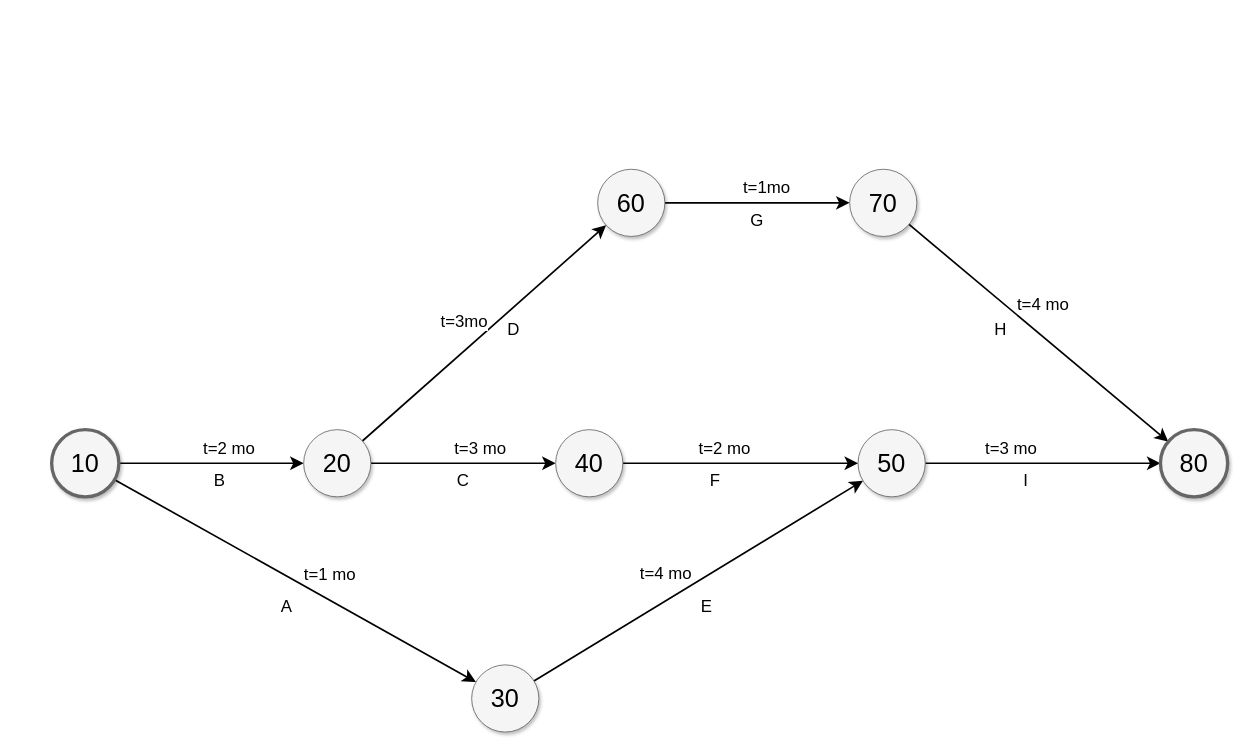
moloti/Accident-Prediction keeps this draw.io diagram as Untitled Diagram.drawio. Above is the earlier version. Source tidied: cells renumbered, new cells numbered last; positions are measured from the earlier drawing's top-left corner, leaving out a move shared by most shapes. Both pictures are drawn from the tidied source at 84%, with x=0, y=0 at pixel (51, 169).
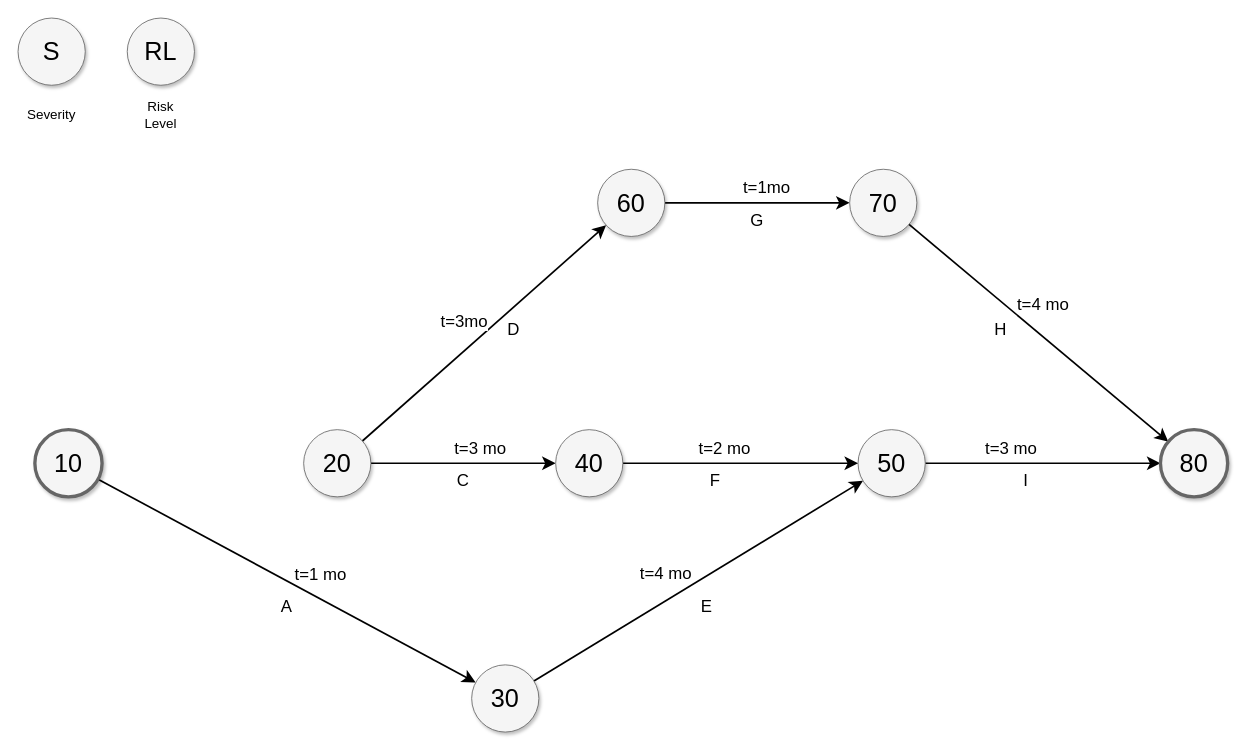
Above is the later version.

Unchanged cells that the change refers to:
```xml
<mxCell id="11" value="20" style="ellipse;whiteSpace=wrap;html=1;rounded=0;shadow=1;strokeColor=#666666;strokeWidth=1;fontSize=30;align=center;fillColor=#f5f5f5;" parent="1" vertex="1">
  <mxGeometry x="300" y="310" width="80" height="80" as="geometry" />
</mxCell>
```

Diff of the diagram source:
```diff
@@
-    <mxCell id="2" style="edgeStyle=none;curved=1;html=1;startSize=10;endArrow=classic;endFill=1;endSize=10;strokeColor=#000000;strokeWidth=2;fontSize=12;" parent="1" edge="1" source="6" target="11">
-      <mxGeometry relative="1" as="geometry" />
-    </mxCell>
-    <mxCell id="3" value="t=2 mo" style="text;html=1;align=center;verticalAlign=middle;labelBackgroundColor=none;fontSize=20;" parent="2" vertex="1">
-      <mxGeometry x="0.25" y="-5" relative="1" as="geometry">
-        <mxPoint x="-8" y="-25" as="offset" />
-      </mxGeometry>
-    </mxCell>
@@
     <mxCell id="6" value="10" style="ellipse;whiteSpace=wrap;html=1;rounded=0;shadow=1;strokeColor=#666666;strokeWidth=4;fontSize=30;align=center;fillColor=#f5f5f5;" parent="1" vertex="1">
-      <mxGeometry y="310" width="80" height="80" as="geometry" />
+      <mxGeometry x="-20" y="310" width="80" height="80" as="geometry" />
     </mxCell>
@@
-    <mxCell id="29" value="B" style="text;html=1;strokeColor=none;fillColor=none;align=center;verticalAlign=middle;whiteSpace=wrap;rounded=0;shadow=1;labelBackgroundColor=none;fontSize=20;" parent="1" vertex="1">
-      <mxGeometry x="180" y="360" width="40" height="20" as="geometry" />
-    </mxCell>
@@
+    <mxCell id="37" value="S" style="ellipse;whiteSpace=wrap;html=1;rounded=0;shadow=1;strokeColor=#666666;strokeWidth=1;fontSize=30;align=center;fillColor=#f5f5f5;labelPadding=0;" parent="1" vertex="1">
+      <mxGeometry x="-40" y="-180" width="80" height="80" as="geometry" />
+    </mxCell>
+    <mxCell id="38" value="&lt;font style=&quot;font-size: 16px&quot;&gt;Severity&lt;/font&gt;" style="text;html=1;strokeColor=none;fillColor=none;align=center;verticalAlign=middle;whiteSpace=wrap;rounded=0;" parent="1" vertex="1">
+      <mxGeometry x="-30" y="-80" width="60" height="30" as="geometry" />
+    </mxCell>
+    <mxCell id="39" value="RL" style="ellipse;whiteSpace=wrap;html=1;rounded=0;shadow=1;strokeColor=#666666;strokeWidth=1;fontSize=30;align=center;fillColor=#f5f5f5;labelPadding=0;" parent="1" vertex="1">
+      <mxGeometry x="90" y="-180" width="80" height="80" as="geometry" />
+    </mxCell>
+    <mxCell id="40" value="&lt;font style=&quot;font-size: 16px&quot;&gt;Risk Level&lt;/font&gt;" style="text;html=1;strokeColor=none;fillColor=none;align=center;verticalAlign=middle;whiteSpace=wrap;rounded=0;" parent="1" vertex="1">
+      <mxGeometry x="100" y="-80" width="60" height="30" as="geometry" />
+    </mxCell>
```
